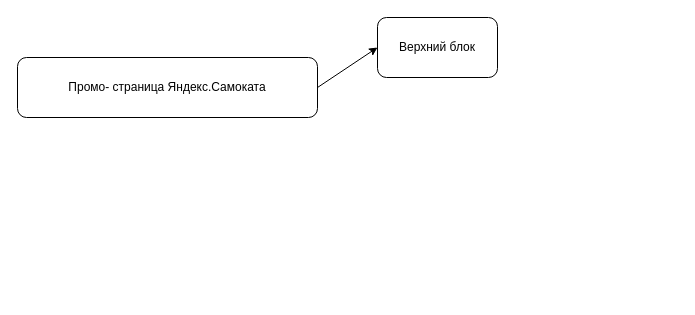
Above: Диаграмма без названия.drawio in RuslanNiyazov/1 (draw.io), before the change. Source tidied: cells renumbered, new cells numbered last; positions are measured from the earlier drawing's top-left corner, leaving out a move shared by most shapes. Both pictures are drawn from the tidied source at 100%, with x=0, y=0 at pixel (17, 17).
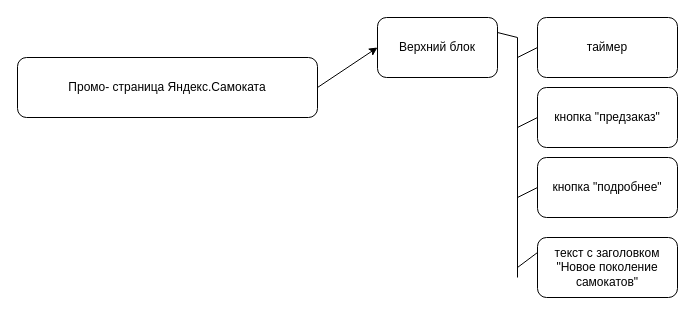
The same diagram, later.

Commit message:
Ниязов_venus11_спринт2

The edit, as a diff of the source:
```diff
@@
 <mxGraphModel>
   <root>
     <mxCell id="0" />
     <mxCell id="1" parent="0" />
     <mxCell id="2" value="Промо- страница Яндекс.Самоката" style="rounded=1;whiteSpace=wrap;html=1;" parent="1" vertex="1">
       <mxGeometry y="40" width="300" height="60" as="geometry" />
     </mxCell>
     <mxCell id="3" value="Верхний блок" style="rounded=1;whiteSpace=wrap;html=1;" parent="1" vertex="1">
       <mxGeometry x="360" width="120" height="60" as="geometry" />
     </mxCell>
     <mxCell id="4" style="endArrow=classic;html=1;rounded=0;exitX=1;exitY=0.5;exitDx=0;exitDy=0;entryX=0;entryY=0.5;entryDx=0;entryDy=0;" parent="1" edge="1" source="2" target="3">
       <mxGeometry relative="1" as="geometry" />
     </mxCell>
+    <mxCell id="5" value="таймер" style="rounded=1;whiteSpace=wrap;html=1;" parent="1" vertex="1">
+      <mxGeometry x="520" width="140" height="60" as="geometry" />
+    </mxCell>
+    <mxCell id="6" value="кнопка &quot;предзаказ&quot;" style="rounded=1;whiteSpace=wrap;html=1;" parent="1" vertex="1">
+      <mxGeometry x="520" y="70" width="140" height="60" as="geometry" />
+    </mxCell>
+    <mxCell id="7" value="кнопка &quot;подробнее&quot;" style="rounded=1;whiteSpace=wrap;html=1;" parent="1" vertex="1">
+      <mxGeometry x="520" y="140" width="140" height="60" as="geometry" />
+    </mxCell>
+    <mxCell id="8" value="текст с заголовком &quot;Новое поколение самокатов&quot;" style="rounded=1;whiteSpace=wrap;html=1;" parent="1" vertex="1">
+      <mxGeometry x="520" y="220" width="140" height="60" as="geometry" />
+    </mxCell>
+    <mxCell id="9" style="endArrow=none;html=1;rounded=0;" parent="1" edge="1">
+      <mxGeometry relative="1" as="geometry">
+        <mxPoint x="500" y="260" as="sourcePoint" />
+        <mxPoint x="500" y="20" as="targetPoint" />
+      </mxGeometry>
+    </mxCell>
+    <mxCell id="10" style="endArrow=none;html=1;rounded=0;exitX=1;exitY=0.25;exitDx=0;exitDy=0;" parent="1" edge="1" source="3">
+      <mxGeometry relative="1" as="geometry">
+        <mxPoint x="500" y="20" as="targetPoint" />
+      </mxGeometry>
+    </mxCell>
+    <mxCell id="11" style="endArrow=none;html=1;rounded=0;entryX=0;entryY=0.5;entryDx=0;entryDy=0;" parent="1" edge="1" target="5">
+      <mxGeometry relative="1" as="geometry">
+        <mxPoint x="500" y="40" as="sourcePoint" />
+      </mxGeometry>
+    </mxCell>
+    <mxCell id="12" style="endArrow=none;html=1;rounded=0;entryX=0;entryY=0.5;entryDx=0;entryDy=0;" parent="1" edge="1" target="6">
+      <mxGeometry relative="1" as="geometry">
+        <mxPoint x="500" y="110" as="sourcePoint" />
+      </mxGeometry>
+    </mxCell>
+    <mxCell id="13" style="endArrow=none;html=1;rounded=0;entryX=0;entryY=0.5;entryDx=0;entryDy=0;" parent="1" edge="1" target="7">
+      <mxGeometry relative="1" as="geometry">
+        <mxPoint x="500" y="180" as="sourcePoint" />
+      </mxGeometry>
+    </mxCell>
+    <mxCell id="14" style="endArrow=none;html=1;rounded=0;entryX=0;entryY=0.25;entryDx=0;entryDy=0;" parent="1" edge="1" target="8">
+      <mxGeometry relative="1" as="geometry">
+        <mxPoint x="500" y="250" as="sourcePoint" />
+      </mxGeometry>
+    </mxCell>
   </root>
 </mxGraphModel>
```
